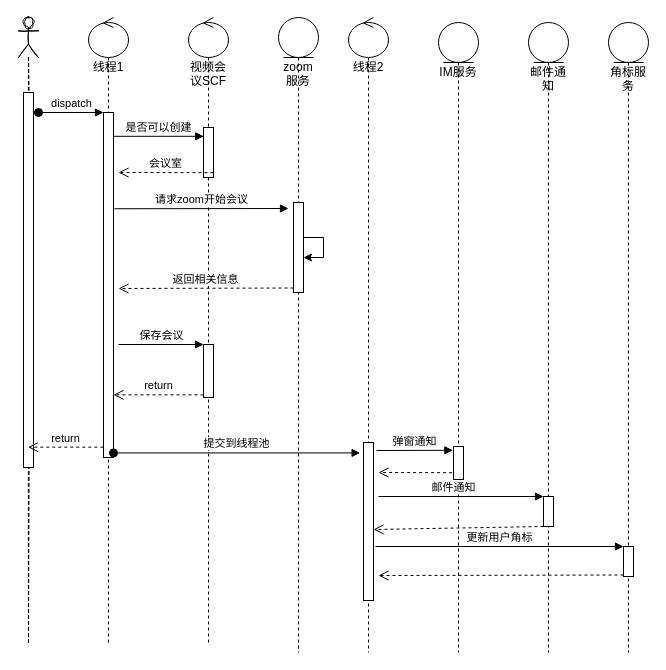
Above: page "第 4 页" (5 of 10) of shuzhi.drawio in nullbull/uml (draw.io), before the change. Source tidied: cells renumbered, new cells numbered last; positions are measured from the earlier drawing's top-left corner, leaving out a move shared by most shapes. Both pictures are drawn from the tidied source at 100%, with x=0, y=0 at pixel (18, 17).
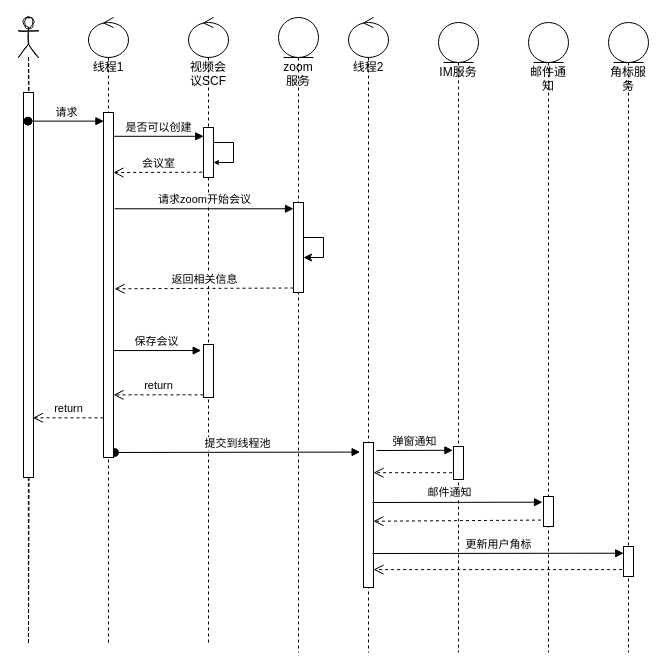
After the change.

Unchanged cells that the change refers to:
```xml
<mxCell id="2" style="shape=umlLifeline;participant=umlActor;perimeter=lifelinePerimeter;whiteSpace=wrap;html=1;verticalAlign=top;spacingTop=36;outlineConnect=0;sketch=1;" parent="1" vertex="1">
  <mxGeometry width="20" height="625" as="geometry" />
</mxCell>
<mxCell id="4" value="线程1" style="shape=umlLifeline;participant=umlControl;perimeter=lifelinePerimeter;whiteSpace=wrap;html=1;verticalAlign=top;spacingTop=36;" parent="1" vertex="1">
  <mxGeometry x="70" width="40" height="625" as="geometry" />
</mxCell>
<mxCell id="6" value="视频会议SCF" style="shape=umlLifeline;participant=umlControl;perimeter=lifelinePerimeter;whiteSpace=wrap;html=1;verticalAlign=top;spacingTop=36;" parent="1" vertex="1">
  <mxGeometry x="170" width="40" height="625" as="geometry" />
</mxCell>
<mxCell id="7" style="html=1;points=[];perimeter=orthogonalPerimeter;" parent="6" vertex="1">
  <mxGeometry x="15" y="110" width="10" height="50" as="geometry" />
</mxCell>
<mxCell id="8" style="html=1;points=[];perimeter=orthogonalPerimeter;" parent="6" vertex="1">
  <mxGeometry x="15" y="327" width="10" height="53" as="geometry" />
</mxCell>
<mxCell id="11" style="html=1;points=[];perimeter=orthogonalPerimeter;" parent="10" vertex="1">
  <mxGeometry x="15" y="185" width="10" height="90" as="geometry" />
</mxCell>
<mxCell id="14" style="html=1;points=[];perimeter=orthogonalPerimeter;" parent="13" vertex="1">
  <mxGeometry x="15" y="424" width="10" height="33" as="geometry" />
</mxCell>
<mxCell id="17" style="html=1;points=[];perimeter=orthogonalPerimeter;" parent="16" vertex="1">
  <mxGeometry x="15" y="474" width="10" height="30" as="geometry" />
</mxCell>
<mxCell id="19" style="html=1;points=[];perimeter=orthogonalPerimeter;" parent="18" vertex="1">
  <mxGeometry x="15" y="524" width="10" height="30" as="geometry" />
</mxCell>
<mxCell id="26" value="线程2" style="shape=umlLifeline;participant=umlControl;perimeter=lifelinePerimeter;whiteSpace=wrap;html=1;verticalAlign=top;spacingTop=36;" parent="1" vertex="1">
  <mxGeometry x="330" width="40" height="635" as="geometry" />
</mxCell>
```

Diff of the diagram source:
```diff
@@
     <mxCell id="3" style="html=1;points=[];perimeter=orthogonalPerimeter;" parent="2" vertex="1">
-      <mxGeometry x="5" y="75" width="10" height="375" as="geometry" />
+      <mxGeometry x="5" y="75" width="10" height="385" as="geometry" />
     </mxCell>
@@
-    <mxCell id="5" style="html=1;points=[];perimeter=orthogonalPerimeter;" parent="4" vertex="1">
-      <mxGeometry x="15" y="95" width="10" height="345" as="geometry" />
-    </mxCell>
@@
+    <mxCell id="36" style="edgeStyle=none;rounded=0;orthogonalLoop=1;jettySize=auto;html=1;startSize=3;endSize=3;fontFamily=Comic Sans MS;fontSize=13;" parent="6" edge="1" source="7" target="7">
+      <mxGeometry relative="1" as="geometry" />
+    </mxCell>
-    <mxCell id="9" value="dispatch" style="html=1;verticalAlign=bottom;startArrow=oval;endArrow=block;startSize=8;" parent="1" edge="1" target="5">
-      <mxGeometry relative="1" as="geometry">
-        <mxPoint x="20" y="95" as="sourcePoint" />
-      </mxGeometry>
+    <mxCell id="9" value="请求" style="html=1;verticalAlign=bottom;startArrow=oval;endArrow=block;startSize=8;entryX=0.038;entryY=0.025;entryDx=0;entryDy=0;entryPerimeter=0;" parent="1" edge="1" source="2" target="5">
+      <mxGeometry relative="1" as="geometry" />
     </mxCell>
@@
-    <mxCell id="20" value="会议室" style="html=1;verticalAlign=bottom;endArrow=open;dashed=1;endSize=8;exitX=0;exitY=0.95;" parent="1" edge="1">
-      <mxGeometry relative="1" as="geometry">
-        <mxPoint x="195" y="155.2" as="sourcePoint" />
-        <mxPoint x="100" y="155" as="targetPoint" />
-      </mxGeometry>
+    <mxCell id="20" value="会议室" style="html=1;verticalAlign=bottom;endArrow=open;dashed=1;endSize=8;exitX=-0.133;exitY=0.894;exitDx=0;exitDy=0;exitPerimeter=0;entryX=0.99;entryY=0.174;entryDx=0;entryDy=0;entryPerimeter=0;" parent="1" edge="1" source="7" target="5">
+      <mxGeometry relative="1" as="geometry" />
     </mxCell>
-    <mxCell id="21" value="请求zoom开始会议" style="html=1;verticalAlign=bottom;endArrow=block;exitX=1.1;exitY=0.279;exitDx=0;exitDy=0;exitPerimeter=0;" parent="1" edge="1" source="5">
-      <mxGeometry relative="1" as="geometry">
-        <mxPoint x="270" y="191" as="targetPoint" />
-      </mxGeometry>
+    <mxCell id="21" value="请求zoom开始会议" style="html=1;verticalAlign=bottom;endArrow=block;exitX=1.1;exitY=0.279;exitDx=0;exitDy=0;exitPerimeter=0;" parent="1" edge="1" source="5" target="11">
+      <mxGeometry relative="1" as="geometry" />
     </mxCell>
-    <mxCell id="22" value="返回相关信息" style="html=1;verticalAlign=bottom;endArrow=open;dashed=1;endSize=8;exitX=0;exitY=0.95;" parent="1" edge="1" source="11">
-      <mxGeometry relative="1" as="geometry">
-        <mxPoint x="100" y="271" as="targetPoint" />
-      </mxGeometry>
+    <mxCell id="22" value="返回相关信息" style="html=1;verticalAlign=bottom;endArrow=open;dashed=1;endSize=8;exitX=0;exitY=0.95;entryX=1.105;entryY=0.511;entryDx=0;entryDy=0;entryPerimeter=0;" parent="1" edge="1" source="11" target="5">
+      <mxGeometry relative="1" as="geometry" />
     </mxCell>
@@
-    <mxCell id="24" value="return" style="html=1;verticalAlign=bottom;endArrow=open;dashed=1;endSize=8;exitX=-0.02;exitY=0.97;exitDx=0;exitDy=0;exitPerimeter=0;" parent="1" edge="1" source="5" target="2">
+    <mxCell id="24" value="return" style="html=1;verticalAlign=bottom;endArrow=open;dashed=1;endSize=8;entryX=0.94;entryY=0.845;entryDx=0;entryDy=0;entryPerimeter=0;" parent="1" edge="1" source="5" target="3">
       <mxGeometry relative="1" as="geometry" />
     </mxCell>
-    <mxCell id="25" value="保存会议" style="html=1;verticalAlign=bottom;endArrow=block;entryX=0;entryY=0;" parent="1" edge="1" target="8">
-      <mxGeometry relative="1" as="geometry">
-        <mxPoint x="100" y="327" as="sourcePoint" />
-      </mxGeometry>
+    <mxCell id="25" value="保存会议" style="html=1;verticalAlign=bottom;endArrow=block;entryX=-0.233;entryY=0.114;entryDx=0;entryDy=0;entryPerimeter=0;exitX=0.929;exitY=0.69;exitDx=0;exitDy=0;exitPerimeter=0;" parent="1" edge="1" source="5" target="8">
+      <mxGeometry relative="1" as="geometry" />
     </mxCell>
@@
     <mxCell id="27" style="html=1;points=[];perimeter=orthogonalPerimeter;" parent="26" vertex="1">
-      <mxGeometry x="15" y="425" width="10" height="158" as="geometry" />
+      <mxGeometry x="15" y="425" width="10" height="145" as="geometry" />
     </mxCell>
-    <mxCell id="28" value="提交到线程池" style="html=1;verticalAlign=bottom;startArrow=oval;endArrow=block;startSize=8;entryX=-0.34;entryY=0.066;entryDx=0;entryDy=0;entryPerimeter=0;" parent="1" edge="1" source="5" target="27">
-      <mxGeometry relative="1" as="geometry" />
+    <mxCell id="28" value="提交到线程池" style="html=1;verticalAlign=bottom;startArrow=oval;endArrow=block;startSize=8;entryX=-0.34;entryY=0.066;entryDx=0;entryDy=0;entryPerimeter=0;" parent="1" edge="1" target="27">
+      <mxGeometry relative="1" as="geometry">
+        <mxPoint x="96" y="435" as="sourcePoint" />
+      </mxGeometry>
     </mxCell>
@@
-    <mxCell id="30" style="html=1;verticalAlign=bottom;endArrow=open;dashed=1;endSize=8;exitX=-0.14;exitY=0.794;exitDx=0;exitDy=0;exitPerimeter=0;" parent="1" edge="1" source="14">
-      <mxGeometry relative="1" as="geometry">
-        <mxPoint x="360" y="455" as="targetPoint" />
-      </mxGeometry>
+    <mxCell id="30" style="html=1;verticalAlign=bottom;endArrow=open;dashed=1;endSize=8;exitX=-0.14;exitY=0.794;exitDx=0;exitDy=0;exitPerimeter=0;" parent="1" edge="1" source="14" target="27">
+      <mxGeometry relative="1" as="geometry" />
     </mxCell>
-    <mxCell id="31" style="html=1;verticalAlign=bottom;endArrow=open;dashed=1;endSize=8;" parent="1" edge="1" source="17">
-      <mxGeometry relative="1" as="geometry">
-        <mxPoint x="355" y="512" as="targetPoint" />
-      </mxGeometry>
+    <mxCell id="31" style="html=1;verticalAlign=bottom;endArrow=open;dashed=1;endSize=8;exitX=-0.252;exitY=0.786;exitDx=0;exitDy=0;exitPerimeter=0;entryX=0.986;entryY=0.543;entryDx=0;entryDy=0;entryPerimeter=0;" parent="1" edge="1" source="17" target="27">
+      <mxGeometry relative="1" as="geometry" />
     </mxCell>
-    <mxCell id="32" style="html=1;verticalAlign=bottom;endArrow=block;entryX=0;entryY=0;" parent="1" edge="1" target="17">
+    <mxCell id="32" style="html=1;verticalAlign=bottom;endArrow=block;entryX=-0.1;entryY=0.189;entryDx=0;entryDy=0;entryPerimeter=0;" parent="1" edge="1" target="17">
       <mxGeometry relative="1" as="geometry">
-        <mxPoint x="360" y="479" as="sourcePoint" />
+        <mxPoint x="354" y="485" as="sourcePoint" />
       </mxGeometry>
     </mxCell>
@@
-    <mxCell id="34" value="更新用户角标" style="html=1;verticalAlign=bottom;endArrow=block;entryX=0;entryY=0;" parent="1" edge="1" target="19">
+    <mxCell id="34" value="更新用户角标" style="html=1;verticalAlign=bottom;endArrow=block;entryX=0.014;entryY=0.224;entryDx=0;entryDy=0;entryPerimeter=0;" parent="1" edge="1" target="19">
       <mxGeometry relative="1" as="geometry">
-        <mxPoint x="357" y="529" as="sourcePoint" />
+        <mxPoint x="354" y="536" as="sourcePoint" />
       </mxGeometry>
     </mxCell>
-    <mxCell id="35" style="html=1;verticalAlign=bottom;endArrow=open;dashed=1;endSize=8;exitX=0;exitY=0.95;" parent="1" edge="1" source="19">
-      <mxGeometry relative="1" as="geometry">
-        <mxPoint x="360" y="558" as="targetPoint" />
-      </mxGeometry>
+    <mxCell id="35" style="html=1;verticalAlign=bottom;endArrow=open;dashed=1;endSize=8;exitX=-0.138;exitY=0.77;exitDx=0;exitDy=0;exitPerimeter=0;" parent="1" edge="1" source="19" target="27">
+      <mxGeometry relative="1" as="geometry" />
     </mxCell>
+    <mxCell id="5" style="html=1;points=[];perimeter=orthogonalPerimeter;" parent="1" vertex="1">
+      <mxGeometry x="85" y="95" width="10" height="345" as="geometry" />
+    </mxCell>
```
